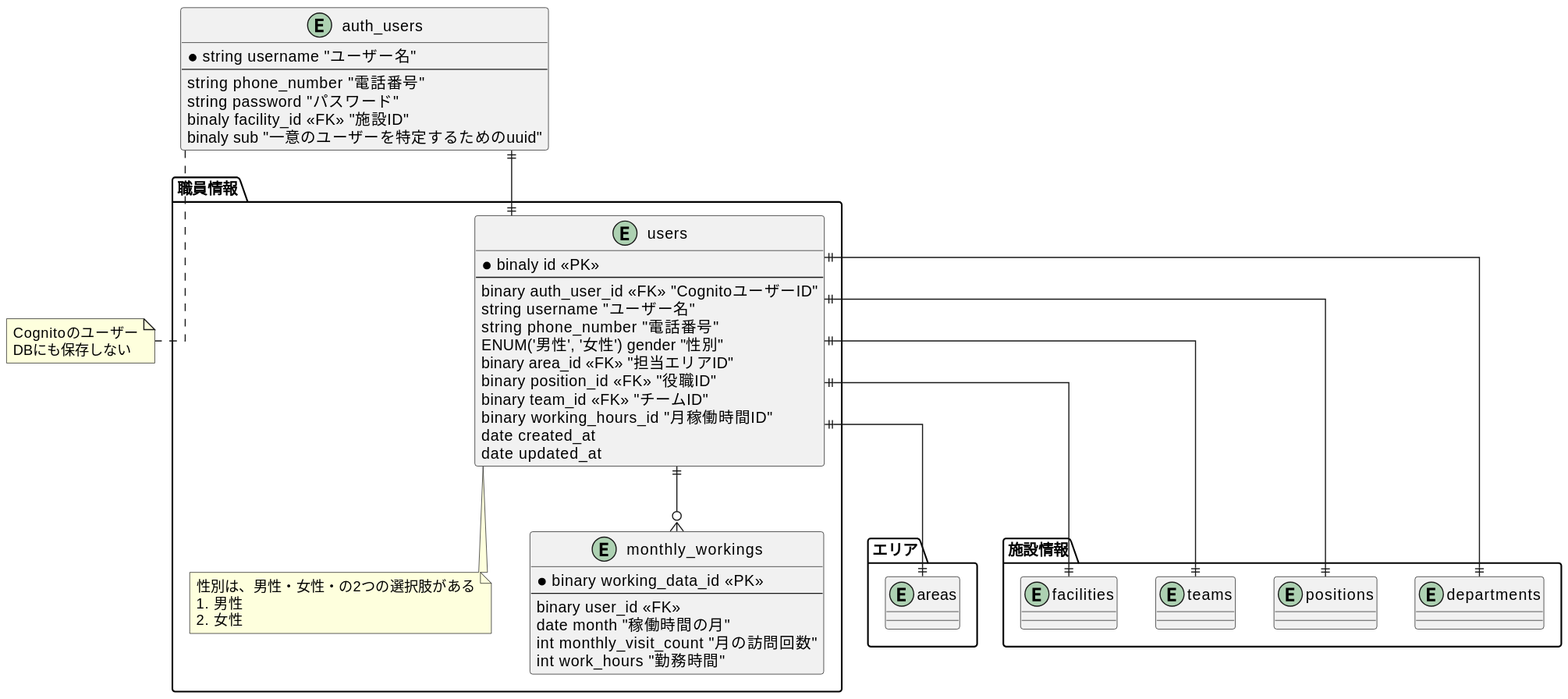
The PlantUML diagram src/diagrams-svg/ER/tables/users.svg in Fukuemon/buddy_design_docs, before a commit. Source of this version:
```plantuml
@startuml
skinparam linetype ortho

entity auth_users {
  * string username "ユーザー名"
  --
  string phone_number "電話番号"
  string password "パスワード"
  binaly facility_id <<FK>> "施設ID"
  binaly sub "一意のユーザーを特定するためのuuid"
}

note bottom of auth_users
  Cognitoのユーザー
  DBにも保存しない
end note

package 職員情報 {
  entity users {
    * binaly id <<PK>>
    --
    binary auth_user_id <<FK>> "CognitoユーザーID"
    string username "ユーザー名"
    string phone_number "電話番号"
    ENUM('男性', '女性') gender "性別"
    binary area_id <<FK>> "担当エリアID"
    binary position_id <<FK>> "役職ID"
    binary team_id <<FK>> "チームID"
    binary working_hours_id "月稼働時間ID"
    date created_at
    date updated_at
  }

  note bottom of users
    性別は、男性・女性・の2つの選択肢がある
    1. 男性
    2. 女性
  end note

  entity monthly_workings {
    * binary working_data_id <<PK>>
    --
    binary user_id <<FK>>
    date month "稼働時間の月"
    int monthly_visit_count "月の訪問回数"
    int work_hours "勤務時間"
  }
}

package エリア {
  entity areas
}

package 施設情報 {
  entity facilities
  entity teams
  entity positions
  entity departments
}

auth_users ||--|| users
users ||--|| positions
users ||--|| departments
users ||--o{ monthly_workings
users ||--|| facilities
users ||--|| teams
users ||--|| areas
@enduml
```
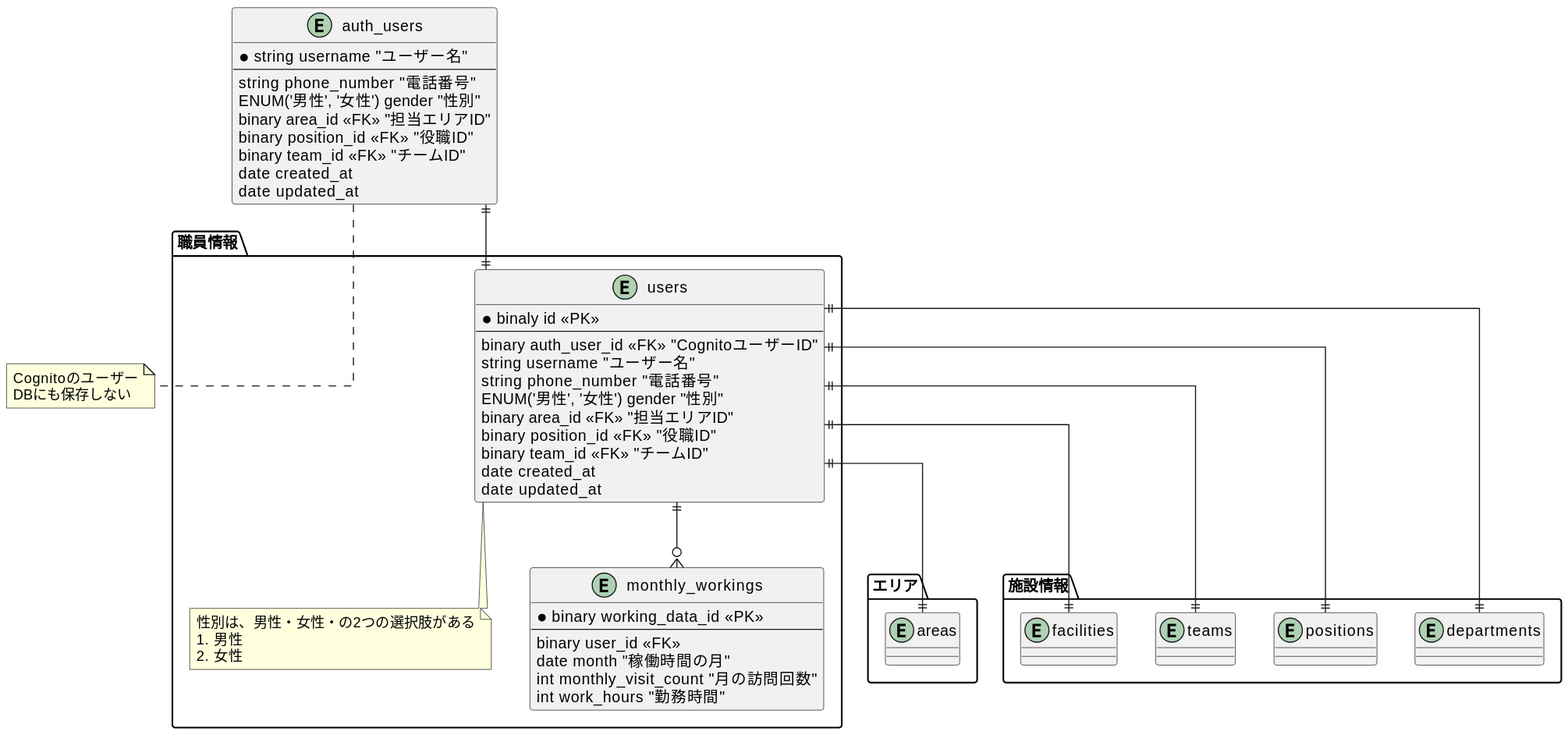
Above is the later version.

What changed in the source:
```diff
@@ -5,9 +5,12 @@
   * string username "ユーザー名"
   --
   string phone_number "電話番号"
-  string password "パスワード"
-  binaly facility_id <<FK>> "施設ID"
-  binaly sub "一意のユーザーを特定するためのuuid"
+  ENUM('男性', '女性') gender "性別"
+  binary area_id <<FK>> "担当エリアID"
+  binary position_id <<FK>> "役職ID"
+  binary team_id <<FK>> "チームID"
+  date created_at
+  date updated_at
 }
 
 note bottom of auth_users
@@ -26,7 +29,6 @@
     binary area_id <<FK>> "担当エリアID"
     binary position_id <<FK>> "役職ID"
     binary team_id <<FK>> "チームID"
-    binary working_hours_id "月稼働時間ID"
     date created_at
     date updated_at
   }
```
